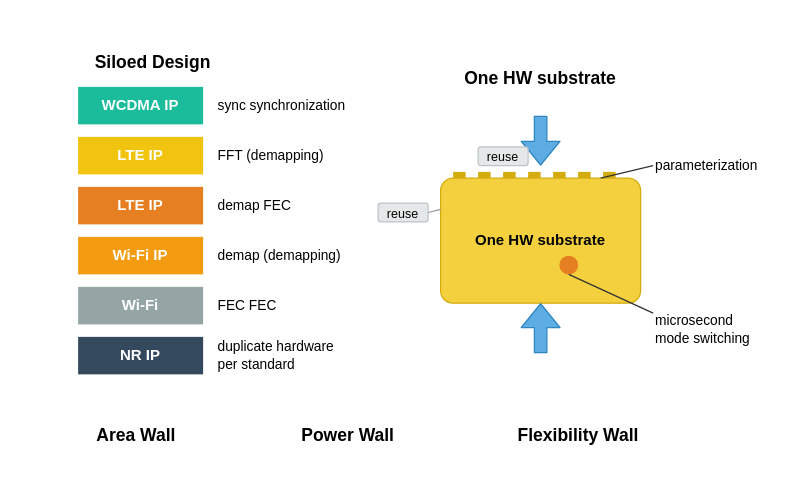
The draw.io diagram img/1.drawio in yyf0101/novelImage, before the edit. Source tidied: cells renumbered, new cells numbered last; positions are measured from the earlier drawing's top-left corner, leaving out a move shared by most shapes. Both pictures are drawn from the tidied source at 125%, with x=0, y=0 at pixel (78, 49).
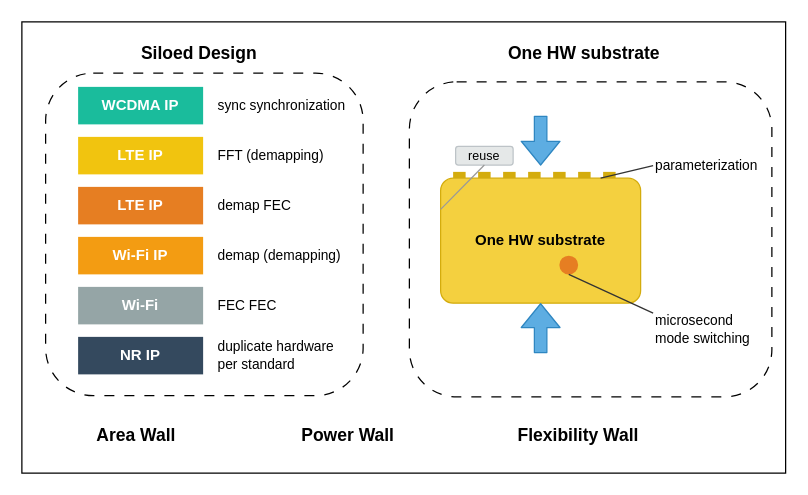
Above is the later version.

The change refers to these unchanged cells:
```xml
<mxCell id="18" value="One HW substrate" style="rounded=1;whiteSpace=wrap;html=1;fillColor=#F4D03F;strokeColor=#D4AC0D;fontStyle=1;arcSize=10;" parent="1" vertex="1">
  <mxGeometry x="290" y="103" width="160" height="100" as="geometry" />
</mxCell>
```

Diff of the diagram source:
```diff
@@
+    <mxCell id="37" style="rounded=0;whiteSpace=wrap;html=1;fillColor=none;" parent="1" vertex="1">
+      <mxGeometry x="-45" y="-22" width="611" height="361" as="geometry" />
+    </mxCell>
     <mxCell id="2" value="Siloed Design" style="text;html=1;strokeColor=none;fillColor=none;align=center;verticalAlign=middle;whiteSpace=wrap;rounded=0;fontSize=14;fontStyle=1;" parent="1" vertex="1">
-      <mxGeometry width="120" height="20" as="geometry" />
+      <mxGeometry x="37" y="-7" width="120" height="20" as="geometry" />
     </mxCell>
@@
     <mxCell id="15" value="One HW substrate" style="text;html=1;strokeColor=none;fillColor=none;align=center;verticalAlign=middle;whiteSpace=wrap;rounded=0;fontSize=14;fontStyle=1;" parent="1" vertex="1">
-      <mxGeometry x="280" y="3" width="180" height="40" as="geometry" />
+      <mxGeometry x="314.5" y="-14" width="180" height="33" as="geometry" />
     </mxCell>
@@
-    <mxCell id="17" value="reuse" style="rounded=1;whiteSpace=wrap;html=1;fillColor=#E5E8E8;strokeColor=#BDC3C7;fontSize=10;" parent="1" vertex="1">
-      <mxGeometry x="320" y="78" width="40" height="15" as="geometry" />
-    </mxCell>
@@
     <mxCell id="26" value="reuse" style="rounded=1;whiteSpace=wrap;html=1;fillColor=#E5E8E8;strokeColor=#BDC3C7;fontSize=10;" parent="1" vertex="1">
-      <mxGeometry x="240" y="123" width="40" height="15" as="geometry" />
+      <mxGeometry x="302" y="77.5" width="46" height="15" as="geometry" />
     </mxCell>
-    <mxCell id="27" style="endArrow=none;html=1;entryX=0;entryY=0.25;entryDx=0;entryDy=0;exitX=1;exitY=0.5;exitDx=0;exitDy=0;strokeColor=#999;" parent="1" edge="1" source="26" target="18">
+    <mxCell id="27" style="endArrow=none;html=1;entryX=0;entryY=0.25;entryDx=0;entryDy=0;exitX=0.5;exitY=1;exitDx=0;exitDy=0;strokeColor=#999;" parent="1" edge="1" source="26" target="18">
       <mxGeometry relative="1" as="geometry" />
     </mxCell>
@@
+    <mxCell id="38" style="rounded=1;whiteSpace=wrap;html=1;fillColor=none;dashed=1;dashPattern=8 8;" parent="1" vertex="1">
+      <mxGeometry x="-26" y="19" width="254" height="258" as="geometry" />
+    </mxCell>
@@
+    <mxCell id="39" style="rounded=1;whiteSpace=wrap;html=1;fillColor=none;dashed=1;dashPattern=8 8;" parent="1" vertex="1">
+      <mxGeometry x="265" y="26" width="290" height="252" as="geometry" />
+    </mxCell>
```
